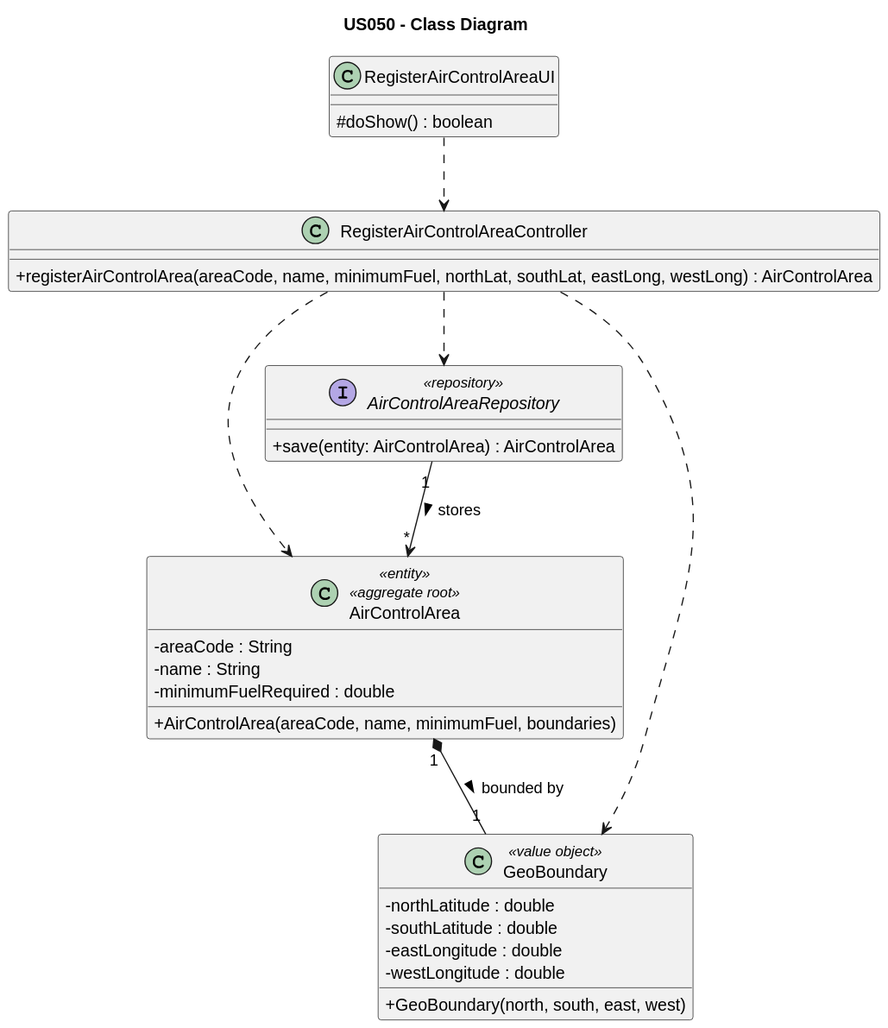
The PlantUML diagram aisafe.base/docs/user-stories/us050/svg/US050-class-diagram.svg in brunodspinto/aisafe, before a commit.
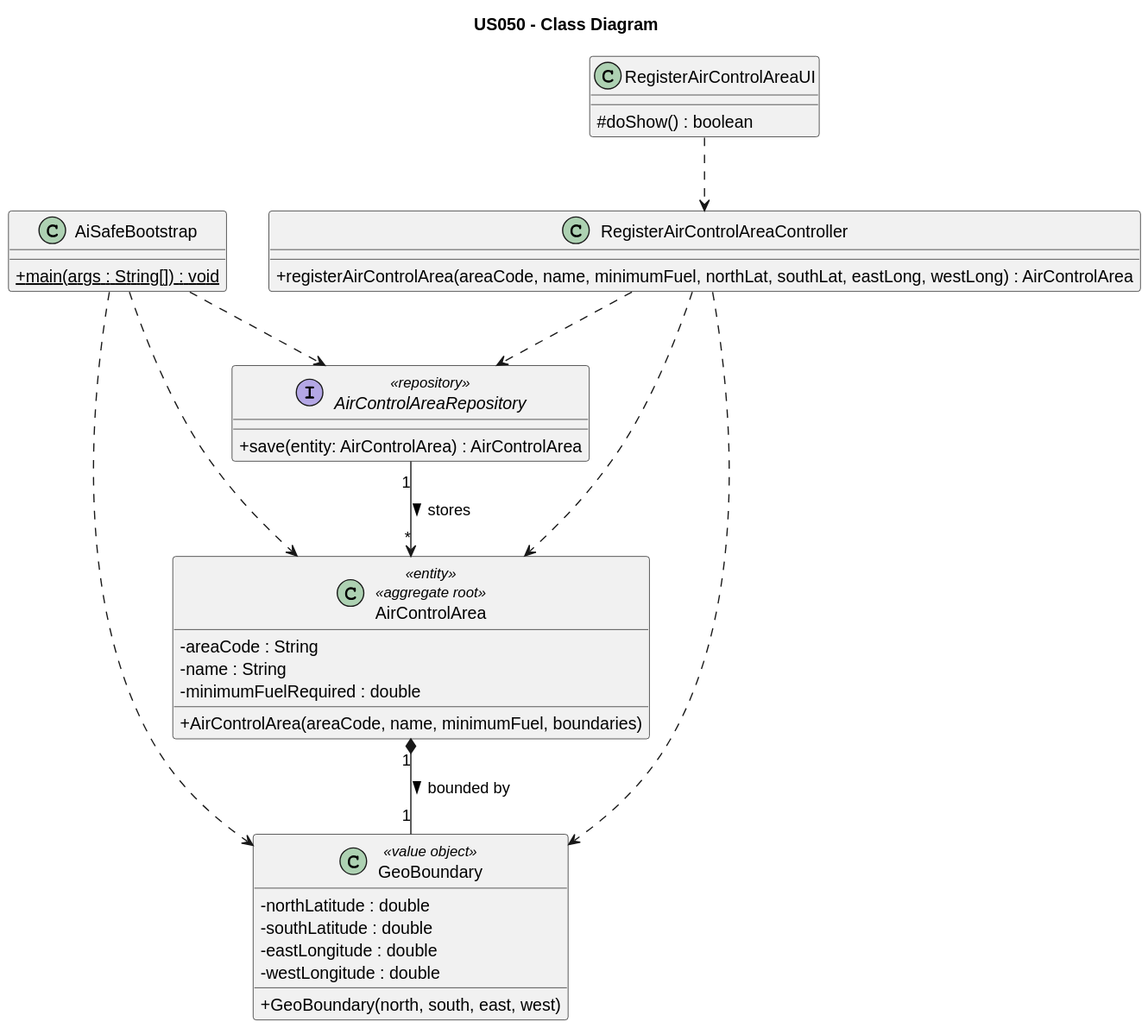
After the change.

What changed in the source:
```diff
@@ -4,6 +4,10 @@
 skinparam classAttributeIconSize 0
 
 title US050 - Class Diagram
+
+class AiSafeBootstrap {
+    +{static} main(args : String[]) : void
+}
 
 class RegisterAirControlAreaUI {
     # doShow() : boolean
@@ -36,6 +40,9 @@
 RegisterAirControlAreaController .down.> AirControlArea
 RegisterAirControlAreaController .down.> GeoBoundary
 RegisterAirControlAreaController .down.> AirControlAreaRepository
+AiSafeBootstrap .down.> AirControlArea
+AiSafeBootstrap .down.> GeoBoundary
+AiSafeBootstrap .down.> AirControlAreaRepository
 
 AirControlArea "1" *-- "1" GeoBoundary : bounded by >
 AirControlAreaRepository "1" --> "*" AirControlArea : stores >
```
